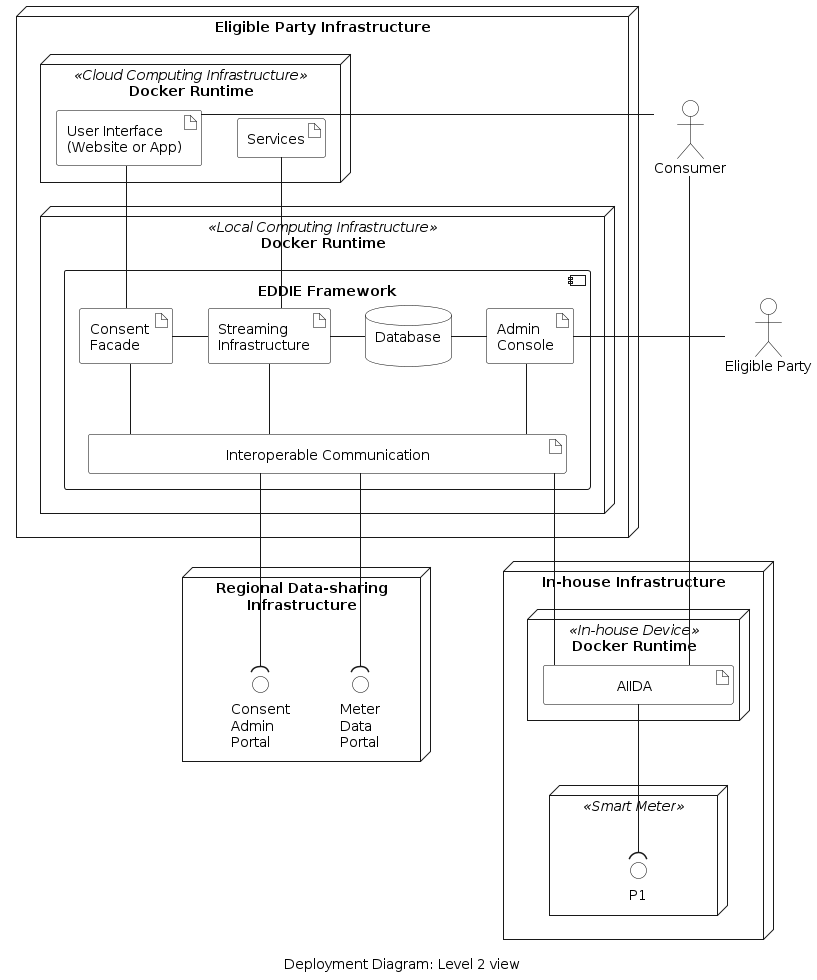
Before: arc42/07-deployment-view/figures/deployment-diagram-level-2.png, a diagram exported from PlantUML (eddie-energy/architecture).
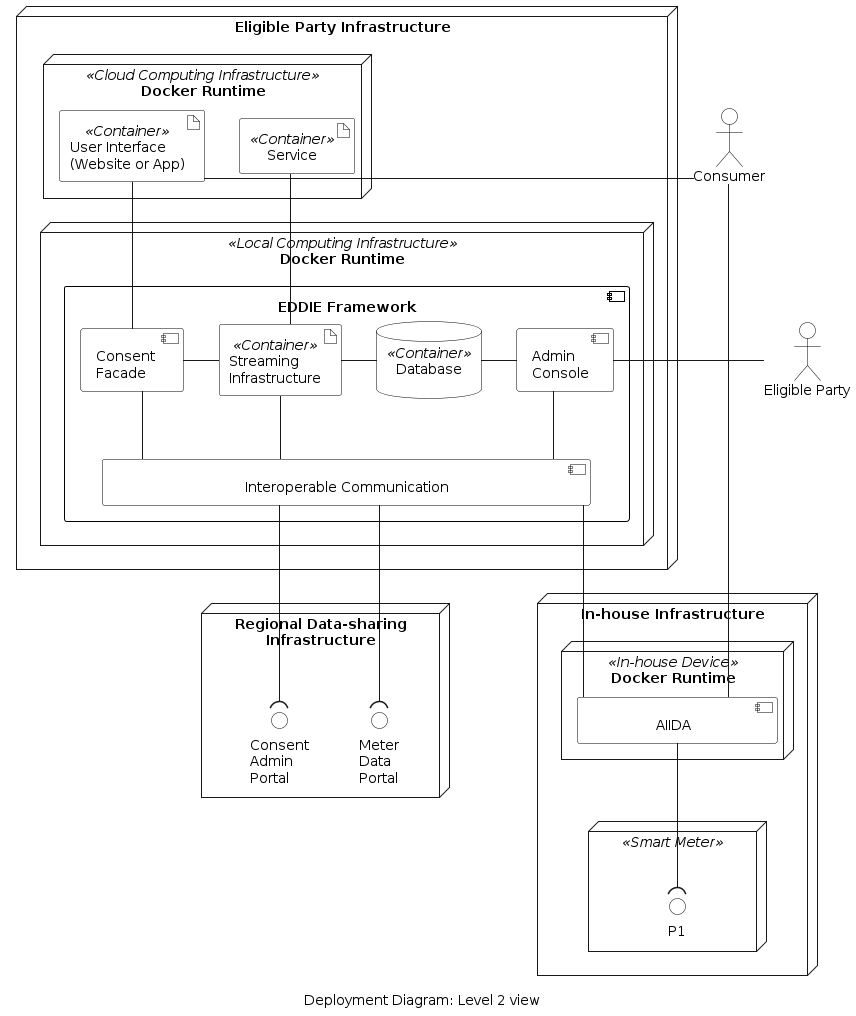
After the change.

What changed in the source:
```diff
@@ -7,6 +7,10 @@
   borderColor black
 }
 skinparam artifact{
+  BorderColor black
+  BackgroundColor transparent
+}
+skinparam component{
   BorderColor black
   BackgroundColor transparent
 }
@@ -27,16 +31,16 @@
 node "Eligible Party Infrastructure" as epInfra{
   node "Docker Runtime" <<Local Computing Infrastructure>> as local {
     component "EDDIE Framework" {
-    artifact "Consent \nFacade" as consentFacade
-    artifact "Streaming\nInfrastructure" as broker
-    database "Database\n" as database
-    artifact "Admin \nConsole" as adminConsole
-    artifact "\t\t\t\tInteroperable Communication\t\t\t\t" as comm
+    component "Consent \nFacade" as consentFacade
+    artifact "Streaming\nInfrastructure" <<Container>> as broker
+    database "Database\n" <<Container>> as database
+    component "Admin \nConsole" as adminConsole
+    component "\t\t\t\tInteroperable Communication\t\t\t\t" as comm
     }
   }
   node "Docker Runtime" <<Cloud Computing Infrastructure>> as cloud{
-    artifact "User Interface \n(Website or App)" as ui
-    artifact "Services" as services
+    artifact "User Interface\n(Website or App)" <<Container>>as ui
+    artifact "Service" <<Container>> as services
   }
 
   ui -down- consentFacade
@@ -51,7 +55,7 @@
 }
 node "In-house Infrastructure" {
   node "Docker Runtime" <<In-house Device>> as house{
-    artifact "\t\tAIIDA\t\t" as aiida
+    component "\t\tAIIDA\t\t" as aiida
   }
   node " " <<Smart Meter>> as meter {
       interface "P1" as p1
```
